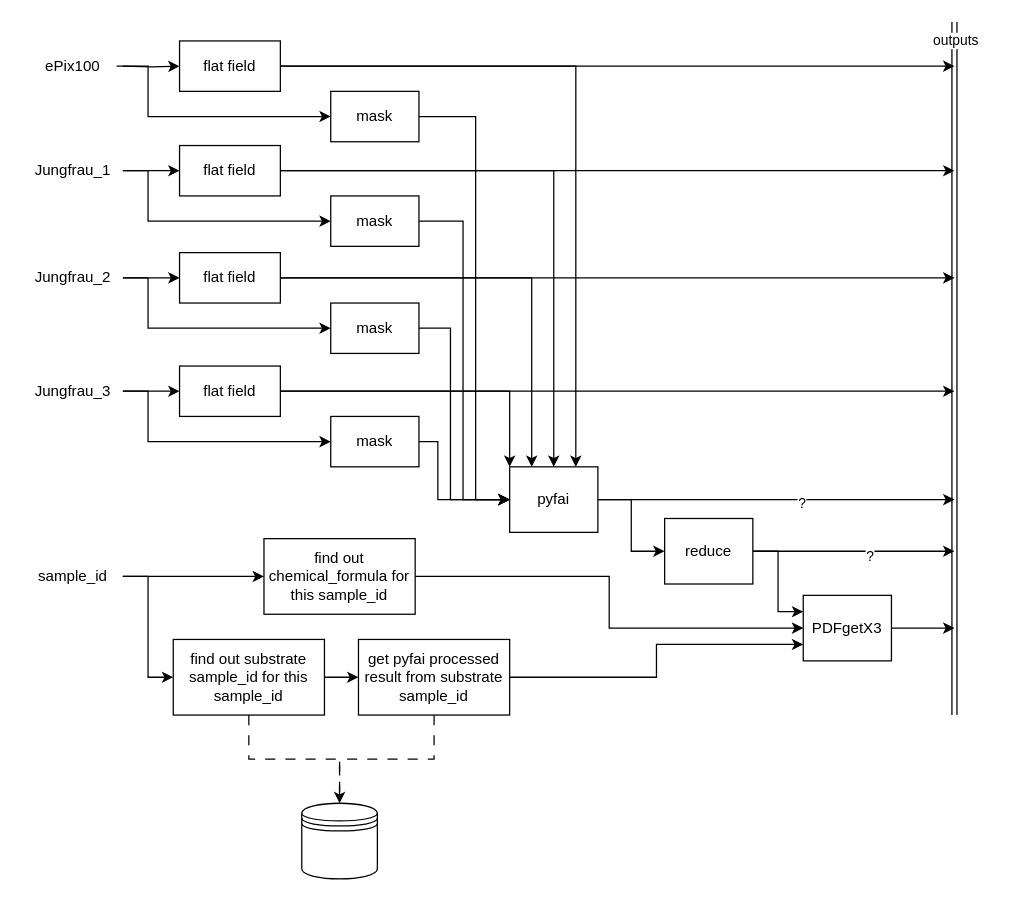
The draw.io diagram sample.drawio in keeble/hed-context-files, before the edit. Source tidied: cells renumbered, new cells numbered last; positions are measured from the earlier drawing's top-left corner, leaving out a move shared by most shapes. Both pictures are drawn from the tidied source at 126%, with x=0, y=0 at pixel (21, 21).
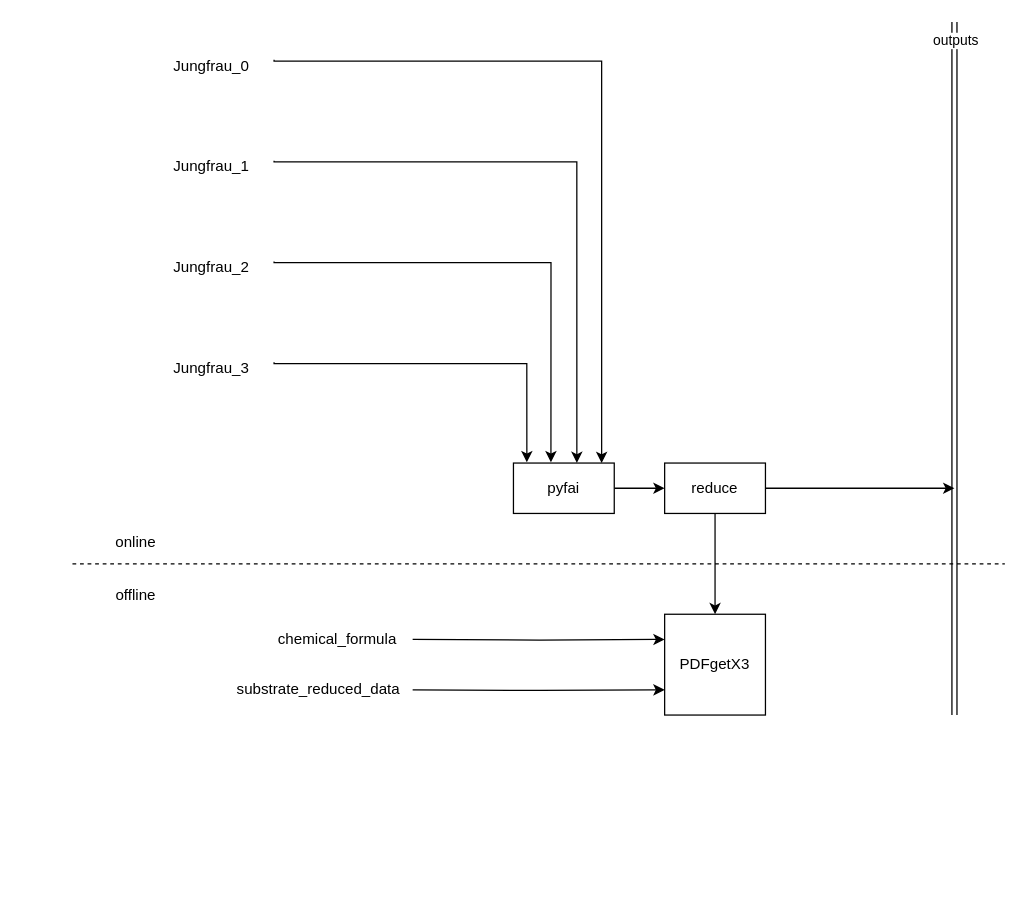
After the change.

Change to the diagram source:
```diff
@@
-    <mxCell id="2" style="edgeStyle=orthogonalEdgeStyle;rounded=0;jettySize=auto;html=1;" parent="1" edge="1" source="4" target="13">
-      <mxGeometry relative="1" as="geometry" />
-    </mxCell>
-    <mxCell id="3" style="edgeStyle=orthogonalEdgeStyle;rounded=0;jettySize=auto;html=1;entryX=0;entryY=0.5;entryDx=0;entryDy=0;" parent="1" edge="1" source="4" target="21">
-      <mxGeometry relative="1" as="geometry">
-        <Array as="points">
-          <mxPoint x="100" y="118" />
-          <mxPoint x="100" y="158" />
-        </Array>
-      </mxGeometry>
-    </mxCell>
     <mxCell id="4" value="Jungfrau_1" style="text;html=1;align=center;verticalAlign=middle;points=[];strokeColor=none;fillColor=none;" parent="1" vertex="1">
-      <mxGeometry y="103" width="80" height="30" as="geometry" />
+      <mxGeometry x="110" y="100" width="80" height="30" as="geometry" />
     </mxCell>
-    <mxCell id="5" style="edgeStyle=orthogonalEdgeStyle;rounded=0;jettySize=auto;html=1;" parent="1" edge="1" source="7" target="16">
-      <mxGeometry relative="1" as="geometry" />
-    </mxCell>
-    <mxCell id="6" style="edgeStyle=orthogonalEdgeStyle;rounded=0;jettySize=auto;html=1;entryX=0;entryY=0.5;entryDx=0;entryDy=0;" parent="1" edge="1" source="7" target="23">
-      <mxGeometry relative="1" as="geometry">
-        <Array as="points">
-          <mxPoint x="100" y="203" />
-          <mxPoint x="100" y="243" />
-        </Array>
-      </mxGeometry>
-    </mxCell>
     <mxCell id="7" value="Jungfrau_2" style="text;html=1;align=center;verticalAlign=middle;points=[];strokeColor=none;fillColor=none;" parent="1" vertex="1">
-      <mxGeometry y="188" width="80" height="30" as="geometry" />
+      <mxGeometry x="110" y="180" width="80" height="30" as="geometry" />
     </mxCell>
-    <mxCell id="8" style="edgeStyle=orthogonalEdgeStyle;rounded=0;jettySize=auto;html=1;" parent="1" edge="1" source="10" target="19">
-      <mxGeometry relative="1" as="geometry" />
-    </mxCell>
-    <mxCell id="9" style="edgeStyle=orthogonalEdgeStyle;rounded=0;jettySize=auto;html=1;entryX=0;entryY=0.5;entryDx=0;entryDy=0;" parent="1" edge="1" source="10" target="25">
-      <mxGeometry relative="1" as="geometry">
-        <Array as="points">
-          <mxPoint x="100" y="293" />
-          <mxPoint x="100" y="333" />
-        </Array>
-      </mxGeometry>
-    </mxCell>
     <mxCell id="10" value="Jungfrau_3" style="text;html=1;align=center;verticalAlign=middle;points=[];strokeColor=none;fillColor=none;" parent="1" vertex="1">
-      <mxGeometry y="278" width="80" height="30" as="geometry" />
+      <mxGeometry x="110" y="260" width="80" height="30" as="geometry" />
     </mxCell>
-    <mxCell id="11" style="edgeStyle=orthogonalEdgeStyle;rounded=0;jettySize=auto;html=1;entryX=0.5;entryY=0;entryDx=0;entryDy=0;" parent="1" edge="1" source="13" target="29">
-      <mxGeometry relative="1" as="geometry" />
+    <mxCell id="11" style="edgeStyle=orthogonalEdgeStyle;rounded=0;jettySize=auto;html=1;entryX=0.629;entryY=-0.001;entryDx=0;entryDy=0;entryPerimeter=0;" parent="1" edge="1" target="29">
+      <mxGeometry relative="1" as="geometry">
+        <mxPoint x="200" y="110" as="sourcePoint" />
+        <Array as="points">
+          <mxPoint x="440" y="111" />
+          <mxPoint x="440" y="350" />
+        </Array>
+      </mxGeometry>
     </mxCell>
-    <mxCell id="12" style="edgeStyle=orthogonalEdgeStyle;rounded=0;jettySize=auto;html=1;" parent="1" edge="1" source="13">
-      <mxGeometry relative="1" as="geometry">
-        <mxPoint x="740" y="118" as="targetPoint" />
-      </mxGeometry>
-    </mxCell>
-    <mxCell id="13" value="flat field" style="rounded=0;whiteSpace=wrap;html=1;" parent="1" vertex="1">
-      <mxGeometry x="125" y="98" width="80" height="40" as="geometry" />
-    </mxCell>
-    <mxCell id="14" style="edgeStyle=orthogonalEdgeStyle;rounded=0;jettySize=auto;html=1;entryX=0.25;entryY=0;entryDx=0;entryDy=0;" parent="1" edge="1" source="16" target="29">
-      <mxGeometry relative="1" as="geometry" />
+    <mxCell id="14" style="edgeStyle=orthogonalEdgeStyle;rounded=0;jettySize=auto;html=1;entryX=0.372;entryY=-0.015;entryDx=0;entryDy=0;entryPerimeter=0;" parent="1" edge="1" target="29">
+      <mxGeometry relative="1" as="geometry">
+        <mxPoint x="200" y="190" as="sourcePoint" />
+        <Array as="points">
+          <mxPoint x="420" y="191" />
+          <mxPoint x="420" y="349" />
+        </Array>
+      </mxGeometry>
     </mxCell>
-    <mxCell id="15" style="edgeStyle=orthogonalEdgeStyle;rounded=0;jettySize=auto;html=1;" parent="1" edge="1" source="16">
-      <mxGeometry relative="1" as="geometry">
-        <mxPoint x="740" y="203" as="targetPoint" />
-      </mxGeometry>
-    </mxCell>
-    <mxCell id="16" value="flat field" style="rounded=0;whiteSpace=wrap;html=1;" parent="1" vertex="1">
-      <mxGeometry x="125" y="183" width="80" height="40" as="geometry" />
-    </mxCell>
-    <mxCell id="17" style="edgeStyle=orthogonalEdgeStyle;rounded=0;jettySize=auto;html=1;entryX=0;entryY=0;entryDx=0;entryDy=0;" parent="1" edge="1" source="19" target="29">
-      <mxGeometry relative="1" as="geometry" />
+    <mxCell id="17" style="edgeStyle=orthogonalEdgeStyle;rounded=0;jettySize=auto;html=1;entryX=0.133;entryY=-0.015;entryDx=0;entryDy=0;entryPerimeter=0;" parent="1" edge="1" target="29">
+      <mxGeometry relative="1" as="geometry">
+        <mxPoint x="200" y="270" as="sourcePoint" />
+        <Array as="points">
+          <mxPoint x="400" y="271" />
+          <mxPoint x="400" y="349" />
+        </Array>
+      </mxGeometry>
     </mxCell>
-    <mxCell id="18" style="edgeStyle=orthogonalEdgeStyle;rounded=0;jettySize=auto;html=1;" parent="1" edge="1" source="19">
-      <mxGeometry relative="1" as="geometry">
-        <mxPoint x="740" y="293" as="targetPoint" />
-      </mxGeometry>
-    </mxCell>
-    <mxCell id="19" value="flat field" style="rounded=0;whiteSpace=wrap;html=1;" parent="1" vertex="1">
-      <mxGeometry x="125" y="273" width="80" height="40" as="geometry" />
-    </mxCell>
-    <mxCell id="20" style="edgeStyle=orthogonalEdgeStyle;rounded=0;jettySize=auto;html=1;entryX=0;entryY=0.5;entryDx=0;entryDy=0;" parent="1" edge="1" source="21" target="29">
-      <mxGeometry relative="1" as="geometry">
-        <Array as="points">
-          <mxPoint x="350" y="158" />
-          <mxPoint x="350" y="379" />
-        </Array>
-      </mxGeometry>
-    </mxCell>
-    <mxCell id="21" value="mask" style="rounded=0;whiteSpace=wrap;html=1;" parent="1" vertex="1">
-      <mxGeometry x="245" y="138" width="70" height="40" as="geometry" />
-    </mxCell>
-    <mxCell id="22" style="edgeStyle=orthogonalEdgeStyle;rounded=0;jettySize=auto;html=1;entryX=0;entryY=0.5;entryDx=0;entryDy=0;" parent="1" edge="1" source="23" target="29">
-      <mxGeometry relative="1" as="geometry">
-        <Array as="points">
-          <mxPoint x="340" y="243" />
-          <mxPoint x="340" y="379" />
-        </Array>
-      </mxGeometry>
-    </mxCell>
-    <mxCell id="23" value="mask" style="rounded=0;whiteSpace=wrap;html=1;" parent="1" vertex="1">
-      <mxGeometry x="245" y="223" width="70" height="40" as="geometry" />
-    </mxCell>
-    <mxCell id="24" style="edgeStyle=orthogonalEdgeStyle;rounded=0;jettySize=auto;html=1;entryX=0;entryY=0.5;entryDx=0;entryDy=0;" parent="1" edge="1" source="25" target="29">
-      <mxGeometry relative="1" as="geometry">
-        <Array as="points">
-          <mxPoint x="330" y="333" />
-          <mxPoint x="330" y="379" />
-        </Array>
-      </mxGeometry>
-    </mxCell>
-    <mxCell id="25" value="mask" style="rounded=0;whiteSpace=wrap;html=1;" parent="1" vertex="1">
-      <mxGeometry x="245" y="313" width="70" height="40" as="geometry" />
-    </mxCell>
@@
-    <mxCell id="27" style="edgeStyle=orthogonalEdgeStyle;rounded=0;jettySize=auto;html=1;" parent="1" edge="1" source="29">
-      <mxGeometry relative="1" as="geometry">
-        <mxPoint x="740" y="379" as="targetPoint" />
-      </mxGeometry>
-    </mxCell>
-    <mxCell id="28" value="&lt;div&gt;?&lt;/div&gt;" style="edgeLabel;html=1;align=center;verticalAlign=middle;" parent="27" vertex="1">
-      <mxGeometry x="0.14" y="-2" relative="1" as="geometry" />
-    </mxCell>
     <mxCell id="29" value="pyfai" style="rounded=0;whiteSpace=wrap;html=1;" parent="1" vertex="1">
-      <mxGeometry x="387" y="353" width="70" height="52" as="geometry" />
+      <mxGeometry x="390" y="350" width="80" height="40" as="geometry" />
     </mxCell>
@@
-    <mxCell id="32" style="edgeStyle=orthogonalEdgeStyle;rounded=0;jettySize=auto;html=1;entryX=0;entryY=0.5;entryDx=0;entryDy=0;" parent="1" edge="1" source="33" target="39">
-      <mxGeometry relative="1" as="geometry">
-        <Array as="points">
-          <mxPoint x="100" y="35" />
-          <mxPoint x="100" y="75" />
-        </Array>
-      </mxGeometry>
-    </mxCell>
-    <mxCell id="33" value="ePix100" style="text;html=1;align=center;verticalAlign=middle;points=[];strokeColor=none;fillColor=none;" parent="1" vertex="1">
-      <mxGeometry x="5" y="20" width="70" height="30" as="geometry" />
+    <mxCell id="33" value="Jungfrau_0" style="text;html=1;align=center;verticalAlign=middle;points=[];strokeColor=none;fillColor=none;" parent="1" vertex="1">
+      <mxGeometry x="110" y="20" width="80" height="30" as="geometry" />
     </mxCell>
-    <mxCell id="34" style="edgeStyle=orthogonalEdgeStyle;rounded=0;jettySize=auto;html=1;" parent="1" edge="1" target="37">
-      <mxGeometry relative="1" as="geometry">
-        <mxPoint x="80" y="35" as="sourcePoint" />
-      </mxGeometry>
-    </mxCell>
-    <mxCell id="35" style="edgeStyle=orthogonalEdgeStyle;rounded=0;jettySize=auto;html=1;entryX=0.75;entryY=0;entryDx=0;entryDy=0;" parent="1" edge="1" source="37" target="29">
-      <mxGeometry relative="1" as="geometry" />
+    <mxCell id="35" style="edgeStyle=orthogonalEdgeStyle;rounded=0;orthogonalLoop=1;jettySize=auto;html=1;" parent="1" edge="1">
+      <mxGeometry relative="1" as="geometry">
+        <mxPoint x="200" y="30" as="sourcePoint" />
+        <mxPoint x="460" y="350" as="targetPoint" />
+        <Array as="points">
+          <mxPoint x="460" y="31" />
+          <mxPoint x="460" y="350" />
+        </Array>
+      </mxGeometry>
     </mxCell>
-    <mxCell id="36" style="edgeStyle=orthogonalEdgeStyle;rounded=0;jettySize=auto;html=1;" parent="1" edge="1" source="37">
-      <mxGeometry relative="1" as="geometry">
-        <mxPoint x="740" y="35" as="targetPoint" />
-      </mxGeometry>
-    </mxCell>
-    <mxCell id="37" value="flat field" style="rounded=0;whiteSpace=wrap;html=1;" parent="1" vertex="1">
-      <mxGeometry x="125" y="15" width="80" height="40" as="geometry" />
-    </mxCell>
-    <mxCell id="38" style="edgeStyle=orthogonalEdgeStyle;rounded=0;jettySize=auto;html=1;entryX=0;entryY=0.5;entryDx=0;entryDy=0;" parent="1" edge="1" source="39" target="29">
-      <mxGeometry relative="1" as="geometry">
-        <Array as="points">
-          <mxPoint x="360" y="75" />
-          <mxPoint x="360" y="379" />
-        </Array>
-      </mxGeometry>
-    </mxCell>
-    <mxCell id="39" value="mask" style="rounded=0;whiteSpace=wrap;html=1;" parent="1" vertex="1">
-      <mxGeometry x="245" y="55" width="70" height="40" as="geometry" />
-    </mxCell>
-    <mxCell id="40" style="edgeStyle=orthogonalEdgeStyle;rounded=0;jettySize=auto;html=1;" parent="1" edge="1" source="42" target="53">
-      <mxGeometry relative="1" as="geometry" />
-    </mxCell>
-    <mxCell id="41" style="edgeStyle=orthogonalEdgeStyle;rounded=0;jettySize=auto;html=1;entryX=0;entryY=0.5;entryDx=0;entryDy=0;" parent="1" edge="1" source="42" target="48">
-      <mxGeometry relative="1" as="geometry" />
-    </mxCell>
-    <mxCell id="42" value="sample_id" style="text;html=1;align=center;verticalAlign=middle;points=[];strokeColor=none;fillColor=none;" parent="1" vertex="1">
-      <mxGeometry y="425" width="80" height="30" as="geometry" />
-    </mxCell>
-    <mxCell id="43" style="shape=datastore;whiteSpace=wrap;html=1;" parent="1" vertex="1">
-      <mxGeometry x="222" y="620" width="60" height="60" as="geometry" />
-    </mxCell>
-    <mxCell id="44" style="edgeStyle=orthogonalEdgeStyle;rounded=0;jettySize=auto;html=1;" parent="1" edge="1" source="45">
-      <mxGeometry relative="1" as="geometry">
-        <mxPoint x="740" y="481" as="targetPoint" />
-      </mxGeometry>
-    </mxCell>
     <mxCell id="45" value="PDFgetX3" style="rounded=0;whiteSpace=wrap;html=1;" parent="1" vertex="1">
-      <mxGeometry x="620" y="455" width="70" height="52" as="geometry" />
+      <mxGeometry x="510" y="470" width="80" height="80" as="geometry" />
     </mxCell>
-    <mxCell id="46" style="edgeStyle=orthogonalEdgeStyle;rounded=0;jettySize=auto;html=1;" parent="1" edge="1" source="48" target="51">
-      <mxGeometry relative="1" as="geometry" />
-    </mxCell>
-    <mxCell id="47" style="edgeStyle=orthogonalEdgeStyle;rounded=0;jettySize=auto;html=1;exitX=0.5;exitY=1;exitDx=0;exitDy=0;dashed=1;dashPattern=8 8;endArrow=none;endFill=0;" parent="1" edge="1" source="48" target="43">
-      <mxGeometry relative="1" as="geometry" />
-    </mxCell>
-    <mxCell id="48" value="find out substrate sample_id for this sample_id" style="rounded=0;whiteSpace=wrap;html=1;" parent="1" vertex="1">
-      <mxGeometry x="120" y="490" width="120" height="60" as="geometry" />
-    </mxCell>
-    <mxCell id="49" style="edgeStyle=orthogonalEdgeStyle;rounded=0;jettySize=auto;html=1;entryX=0;entryY=0.75;entryDx=0;entryDy=0;" parent="1" edge="1" source="51" target="45">
-      <mxGeometry relative="1" as="geometry" />
-    </mxCell>
-    <mxCell id="50" style="edgeStyle=orthogonalEdgeStyle;rounded=0;jettySize=auto;html=1;exitX=0.5;exitY=1;exitDx=0;exitDy=0;entryX=0.5;entryY=0;entryDx=0;entryDy=0;dashed=1;dashPattern=8 8;" parent="1" edge="1" source="51" target="43">
-      <mxGeometry relative="1" as="geometry" />
-    </mxCell>
-    <mxCell id="51" value="get pyfai processed result from substrate sample_id" style="rounded=0;whiteSpace=wrap;html=1;" parent="1" vertex="1">
-      <mxGeometry x="267" y="490" width="120" height="60" as="geometry" />
-    </mxCell>
-    <mxCell id="52" style="edgeStyle=orthogonalEdgeStyle;rounded=0;jettySize=auto;html=1;entryX=0;entryY=0.5;entryDx=0;entryDy=0;" parent="1" edge="1" source="53" target="45">
-      <mxGeometry relative="1" as="geometry" />
-    </mxCell>
-    <mxCell id="53" value="find out chemical_formula for this sample_id" style="rounded=0;whiteSpace=wrap;html=1;" parent="1" vertex="1">
-      <mxGeometry x="192" y="410" width="120" height="60" as="geometry" />
-    </mxCell>
+    <mxCell id="58" style="edgeStyle=orthogonalEdgeStyle;rounded=0;jettySize=auto;html=1;" parent="1" edge="1" source="57">
+      <mxGeometry relative="1" as="geometry">
+        <mxPoint x="740" y="370" as="targetPoint" />
+      </mxGeometry>
+    </mxCell>
-    <mxCell id="54" style="edgeStyle=orthogonalEdgeStyle;rounded=0;jettySize=auto;html=1;entryX=0;entryY=0.25;entryDx=0;entryDy=0;" parent="1" edge="1" source="57" target="45">
+    <mxCell id="54" style="edgeStyle=orthogonalEdgeStyle;rounded=0;jettySize=auto;html=1;entryX=0.5;entryY=0;entryDx=0;entryDy=0;" parent="1" edge="1" source="57" target="45">
       <mxGeometry relative="1" as="geometry" />
     </mxCell>
-    <mxCell id="55" style="edgeStyle=orthogonalEdgeStyle;rounded=0;jettySize=auto;html=1;" parent="1" edge="1" source="57">
-      <mxGeometry relative="1" as="geometry">
-        <mxPoint x="740" y="420" as="targetPoint" />
-      </mxGeometry>
-    </mxCell>
-    <mxCell id="56" value="?" style="edgeLabel;html=1;align=center;verticalAlign=middle;" parent="55" vertex="1">
-      <mxGeometry x="0.16" y="-3" relative="1" as="geometry" />
-    </mxCell>
     <mxCell id="57" value="reduce" style="rounded=0;whiteSpace=wrap;html=1;" parent="1" vertex="1">
-      <mxGeometry x="510" y="394" width="70" height="52" as="geometry" />
+      <mxGeometry x="510" y="350" width="80" height="40" as="geometry" />
     </mxCell>
+    <mxCell id="59" style="edgeStyle=orthogonalEdgeStyle;rounded=0;jettySize=auto;html=1;entryX=0;entryY=0.25;entryDx=0;entryDy=0;" parent="1" edge="1" target="45">
+      <mxGeometry relative="1" as="geometry">
+        <mxPoint x="310" y="490" as="sourcePoint" />
+      </mxGeometry>
+    </mxCell>
+    <mxCell id="60" style="edgeStyle=orthogonalEdgeStyle;rounded=0;jettySize=auto;html=1;entryX=0;entryY=0.75;entryDx=0;entryDy=0;" parent="1" edge="1" target="45">
+      <mxGeometry relative="1" as="geometry">
+        <mxPoint x="310" y="530" as="sourcePoint" />
+      </mxGeometry>
+    </mxCell>
+    <mxCell id="61" style="endArrow=none;dashed=1;html=1;rounded=0;" parent="1" edge="1">
+      <mxGeometry relative="1" as="geometry">
+        <mxPoint x="40" y="430" as="sourcePoint" />
+        <mxPoint x="780" y="430" as="targetPoint" />
+      </mxGeometry>
+    </mxCell>
+    <mxCell id="62" value="chemical_formula" style="text;html=1;align=center;verticalAlign=middle;strokeColor=none;fillColor=none;" parent="1" vertex="1">
+      <mxGeometry x="190" y="475" width="120" height="30" as="geometry" />
+    </mxCell>
+    <mxCell id="63" value="substrate_reduced_data" style="text;html=1;align=center;verticalAlign=middle;strokeColor=none;fillColor=none;" parent="1" vertex="1">
+      <mxGeometry x="160" y="515" width="150" height="30" as="geometry" />
+    </mxCell>
+    <mxCell id="64" value="online" style="text;html=1;align=center;verticalAlign=middle;strokeColor=none;fillColor=none;" parent="1" vertex="1">
+      <mxGeometry x="60" y="398" width="60" height="30" as="geometry" />
+    </mxCell>
+    <mxCell id="65" value="offline" style="text;html=1;align=center;verticalAlign=middle;strokeColor=none;fillColor=none;" parent="1" vertex="1">
+      <mxGeometry x="60" y="440" width="60" height="30" as="geometry" />
+    </mxCell>
```
